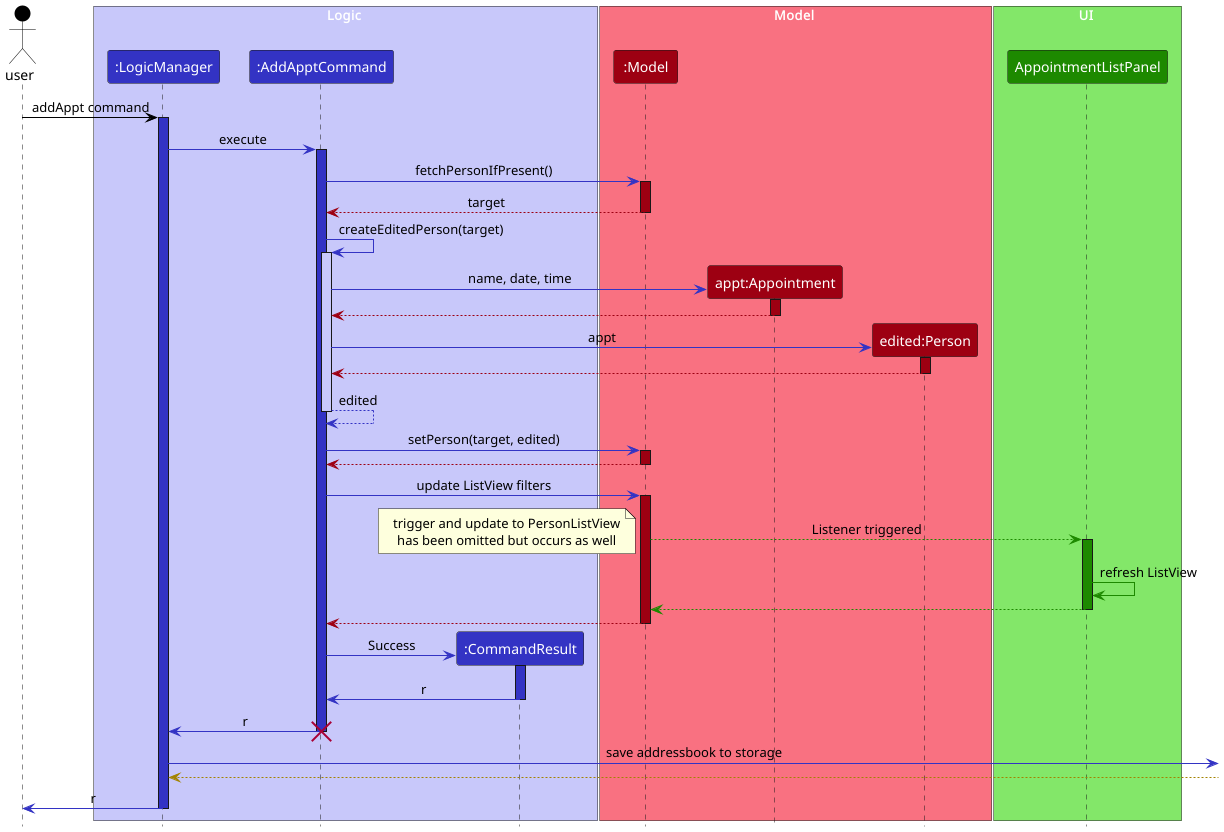
This is docs/images/AddApptCommandSequenceDiagram.png from nus-cs2103-AY2425S1/tp, a PlantUML export, as it was before one commit.
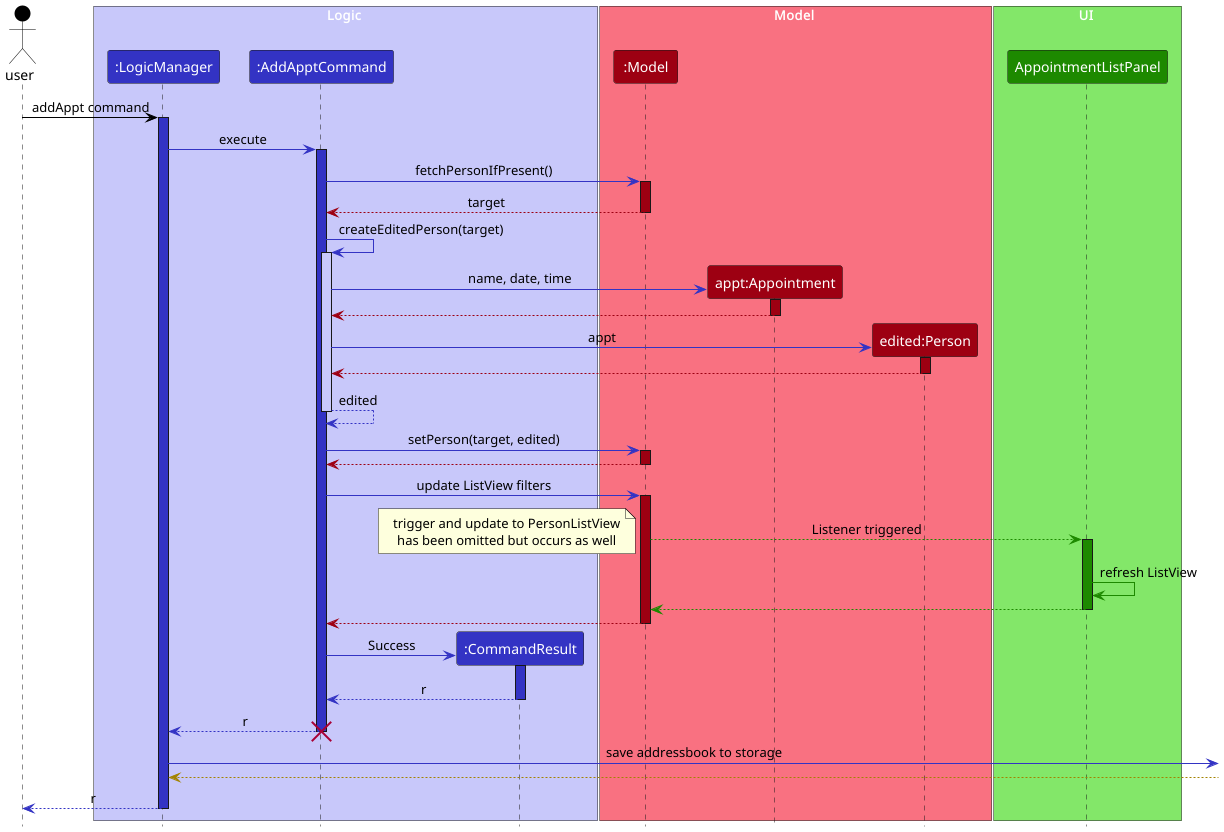
The same diagram one commit later.

Commit message:
Fix diagram arrow type

What changed in the source:
```diff
@@ -67,15 +67,15 @@
 create CommandResult LOGIC_COLOR
 AddApptCommand -[LOGIC_COLOR]> CommandResult : Success
 activate CommandResult LOGIC_COLOR
-CommandResult -[LOGIC_COLOR]> AddApptCommand : r
+CommandResult -[LOGIC_COLOR]-> AddApptCommand : r
 deactivate CommandResult LOGIC_COLOR
 
-AddApptCommand -[LOGIC_COLOR]> Logic : r
+AddApptCommand -[LOGIC_COLOR]-> Logic : r
 deactivate AddApptCommand LOGIC_COLOR
 
 destroy AddApptCommand
 Logic -[LOGIC_COLOR]> : save addressbook to storage
 ]-[STORAGE_COLOR]-> Logic
-Logic -[LOGIC_COLOR]> user : r
+Logic -[LOGIC_COLOR]-> user : r
 deactivate Logic LOGIC_COLOR
 @enduml
```
